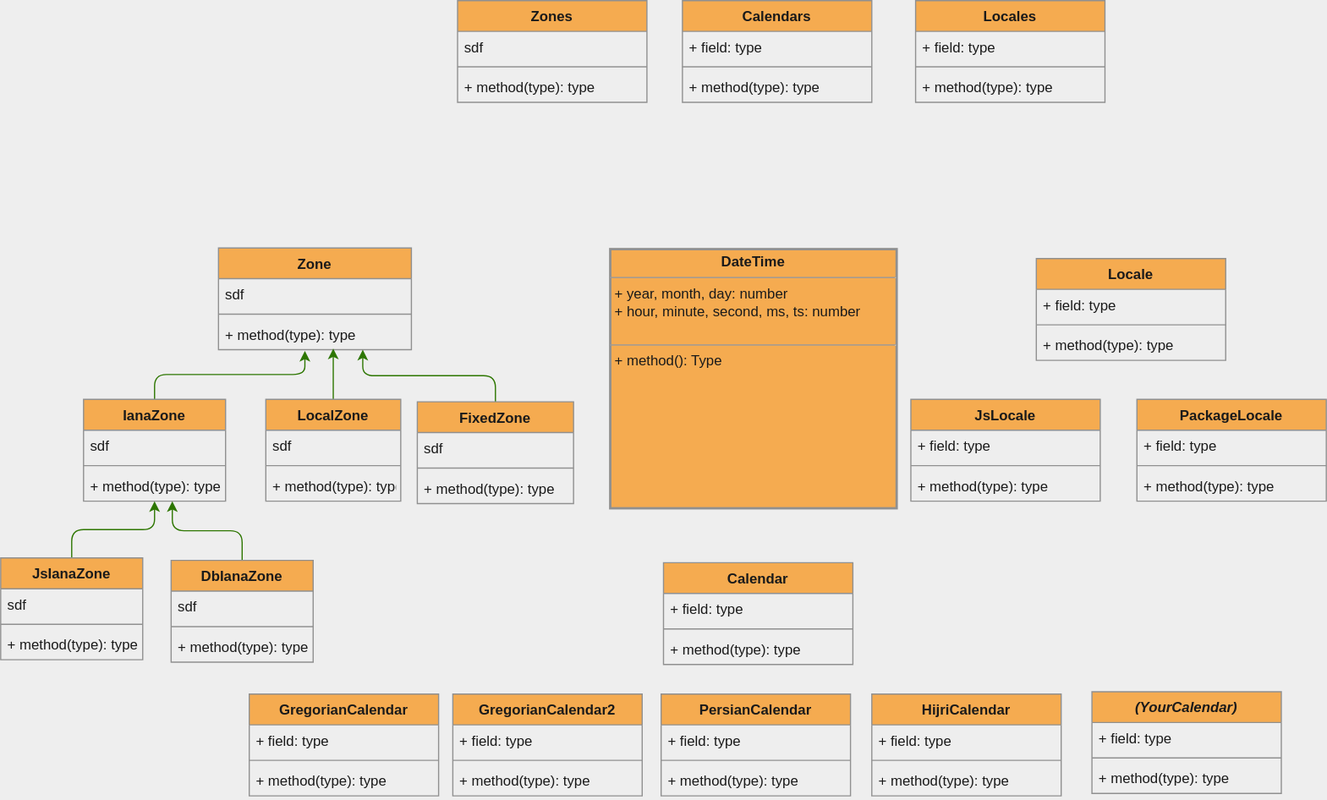
Earlier version of the draw.io export class-diagram.drawio.svg (kick-mind/date-src). Source tidied: cells renumbered, new cells last; positions are measured from the earlier drawing's top-left corner, leaving out a move shared by most shapes.
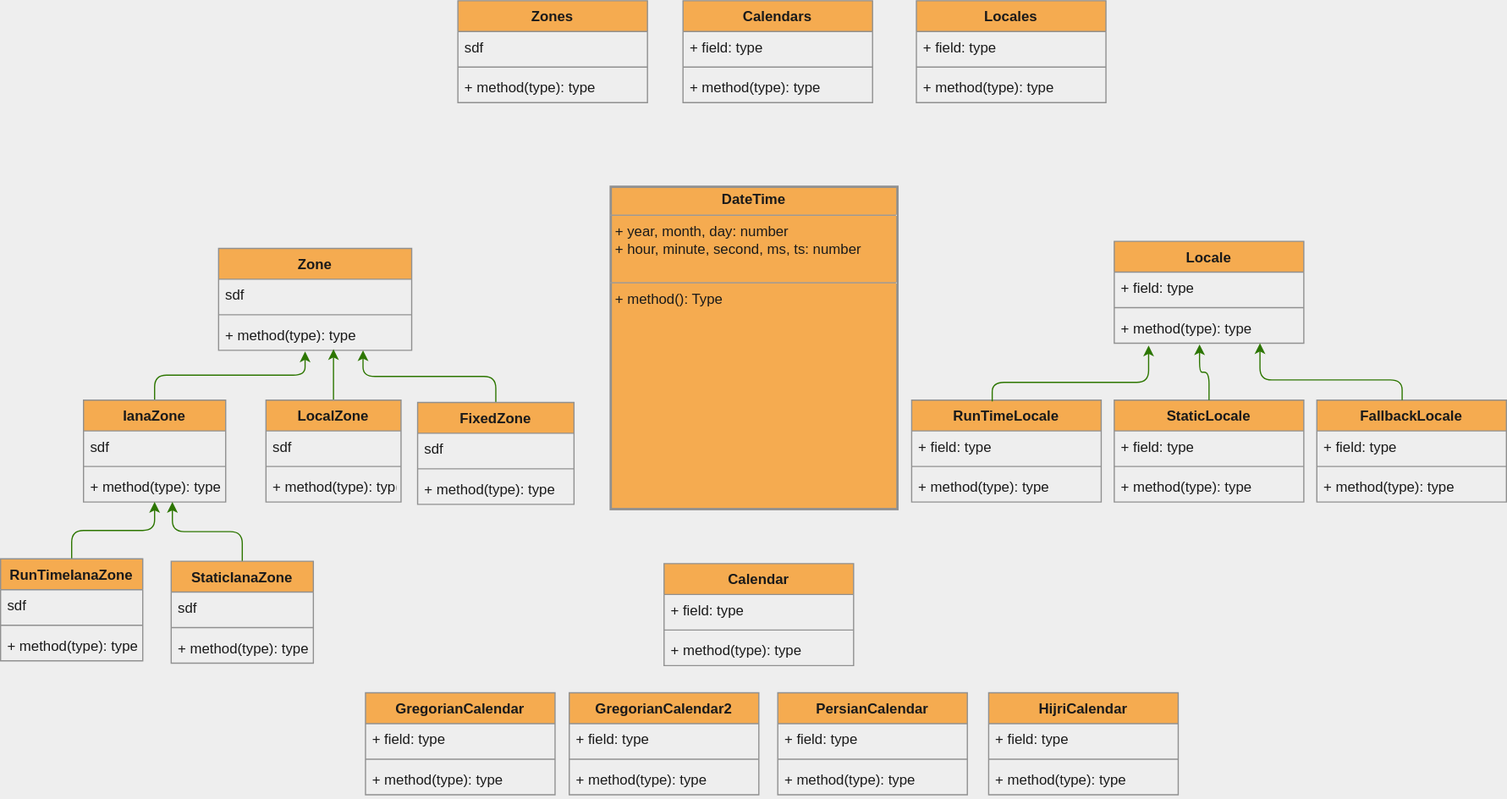
After the change.

Change to the diagram source:
```diff
@@ -3,10 +3,10 @@
     <mxCell id="0" />
     <mxCell id="1" parent="0" />
     <mxCell id="2" value="&lt;p style=&quot;margin: 0px ; margin-top: 4px ; text-align: center&quot;&gt;&lt;b&gt;DateTime&lt;/b&gt;&lt;/p&gt;&lt;hr size=&quot;1&quot;&gt;&lt;p style=&quot;margin: 0px ; margin-left: 4px&quot;&gt;+ year, month, day: number&lt;/p&gt;&lt;p style=&quot;margin: 0px ; margin-left: 4px&quot;&gt;+ hour, minute, second, ms, ts: number&lt;/p&gt;&lt;p style=&quot;margin: 0px ; margin-left: 4px&quot;&gt;&lt;br&gt;&lt;/p&gt;&lt;hr size=&quot;1&quot;&gt;&lt;p style=&quot;margin: 0px ; margin-left: 4px&quot;&gt;+ method(): Type&lt;/p&gt;&lt;p style=&quot;margin: 0px ; margin-left: 4px&quot;&gt;&lt;br&gt;&lt;/p&gt;" style="verticalAlign=top;align=left;overflow=fill;fontSize=12;fontFamily=Helvetica;html=1;fillColor=#F5AB50;fontColor=#1A1A1A;strokeWidth=2;strokeColor=#909090;" parent="1" vertex="1">
-      <mxGeometry x="515" y="210" width="242" height="219" as="geometry" />
+      <mxGeometry x="515" y="157" width="242" height="272" as="geometry" />
     </mxCell>
     <mxCell id="3" value="Locale" style="swimlane;fontStyle=1;align=center;verticalAlign=top;horizontal=1;startSize=26;strokeColor=#909090;fillColor=#F5AB50;fontColor=#1A1A1A;" parent="1" vertex="1">
-      <mxGeometry x="875" y="218" width="160" height="86" as="geometry" />
+      <mxGeometry x="940" y="203" width="160" height="86" as="geometry" />
     </mxCell>
     <mxCell id="4" value="+ field: type" style="text;strokeColor=none;fillColor=none;align=left;verticalAlign=top;spacingLeft=4;spacingRight=4;overflow=hidden;fontColor=#1A1A1A;" parent="3" vertex="1">
       <mxGeometry y="26" width="160" height="26" as="geometry" />
@@ -78,7 +78,7 @@
       <mxGeometry y="60" width="160" height="26" as="geometry" />
     </mxCell>
     <mxCell id="27" value="PersianCalendar" style="swimlane;fontStyle=1;align=center;verticalAlign=top;horizontal=1;startSize=26;strokeColor=#909090;fillColor=#F5AB50;fontColor=#1A1A1A;" parent="1" vertex="1">
-      <mxGeometry x="558" y="586" width="160" height="86" as="geometry" />
+      <mxGeometry x="656" y="584" width="160" height="86" as="geometry" />
     </mxCell>
     <mxCell id="28" value="+ field: type" style="text;strokeColor=none;fillColor=none;align=left;verticalAlign=top;spacingLeft=4;spacingRight=4;overflow=hidden;fontColor=#1A1A1A;" parent="27" vertex="1">
       <mxGeometry y="26" width="160" height="26" as="geometry" />
@@ -90,7 +90,7 @@
       <mxGeometry y="60" width="160" height="26" as="geometry" />
     </mxCell>
     <mxCell id="31" value="GregorianCalendar" style="swimlane;fontStyle=1;align=center;verticalAlign=top;horizontal=1;startSize=26;strokeColor=#909090;fillColor=#F5AB50;fontColor=#1A1A1A;" parent="1" vertex="1">
-      <mxGeometry x="210" y="586" width="160" height="86" as="geometry" />
+      <mxGeometry x="308" y="584" width="160" height="86" as="geometry" />
     </mxCell>
     <mxCell id="32" value="+ field: type" style="text;strokeColor=none;fillColor=none;align=left;verticalAlign=top;spacingLeft=4;spacingRight=4;overflow=hidden;fontColor=#1A1A1A;" parent="31" vertex="1">
       <mxGeometry y="26" width="160" height="26" as="geometry" />
@@ -102,7 +102,7 @@
       <mxGeometry y="60" width="160" height="26" as="geometry" />
     </mxCell>
     <mxCell id="35" value="GregorianCalendar2" style="swimlane;fontStyle=1;align=center;verticalAlign=top;horizontal=1;startSize=26;strokeColor=#909090;fillColor=#F5AB50;fontColor=#1A1A1A;" parent="1" vertex="1">
-      <mxGeometry x="382" y="586" width="160" height="86" as="geometry" />
+      <mxGeometry x="480" y="584" width="160" height="86" as="geometry" />
     </mxCell>
     <mxCell id="36" value="+ field: type" style="text;strokeColor=none;fillColor=none;align=left;verticalAlign=top;spacingLeft=4;spacingRight=4;overflow=hidden;fontColor=#1A1A1A;" parent="35" vertex="1">
       <mxGeometry y="26" width="160" height="26" as="geometry" />
@@ -114,7 +114,7 @@
       <mxGeometry y="60" width="160" height="26" as="geometry" />
     </mxCell>
     <mxCell id="39" value="HijriCalendar" style="swimlane;fontStyle=1;align=center;verticalAlign=top;horizontal=1;startSize=26;strokeColor=#909090;fillColor=#F5AB50;fontColor=#1A1A1A;" parent="1" vertex="1">
-      <mxGeometry x="736" y="586" width="160" height="86" as="geometry" />
+      <mxGeometry x="834" y="584" width="160" height="86" as="geometry" />
     </mxCell>
     <mxCell id="40" value="+ field: type" style="text;strokeColor=none;fillColor=none;align=left;verticalAlign=top;spacingLeft=4;spacingRight=4;overflow=hidden;fontColor=#1A1A1A;" parent="39" vertex="1">
       <mxGeometry y="26" width="160" height="26" as="geometry" />
@@ -125,18 +125,6 @@
     <mxCell id="42" value="+ method(type): type" style="text;strokeColor=none;fillColor=none;align=left;verticalAlign=top;spacingLeft=4;spacingRight=4;overflow=hidden;fontColor=#1A1A1A;" parent="39" vertex="1">
       <mxGeometry y="60" width="160" height="26" as="geometry" />
     </mxCell>
-    <mxCell id="43" value="(YourCalendar)" style="swimlane;fontStyle=3;align=center;verticalAlign=top;horizontal=1;startSize=26;strokeColor=#909090;fillColor=#F5AB50;fontColor=#1A1A1A;" parent="1" vertex="1">
-      <mxGeometry x="922" y="584" width="160" height="86" as="geometry" />
-    </mxCell>
-    <mxCell id="44" value="+ field: type" style="text;strokeColor=none;fillColor=none;align=left;verticalAlign=top;spacingLeft=4;spacingRight=4;overflow=hidden;fontColor=#1A1A1A;" parent="43" vertex="1">
-      <mxGeometry y="26" width="160" height="26" as="geometry" />
-    </mxCell>
-    <mxCell id="45" style="line;strokeWidth=1;fillColor=none;align=left;verticalAlign=middle;spacingTop=-1;spacingLeft=3;spacingRight=3;labelPosition=right;strokeColor=#909090;fontColor=#1A1A1A;labelBackgroundColor=#EEEEEE;" parent="43" vertex="1">
-      <mxGeometry y="52" width="160" height="8" as="geometry" />
-    </mxCell>
-    <mxCell id="46" value="+ method(type): type" style="text;strokeColor=none;fillColor=none;align=left;verticalAlign=top;spacingLeft=4;spacingRight=4;overflow=hidden;fontColor=#1A1A1A;" parent="43" vertex="1">
-      <mxGeometry y="60" width="160" height="26" as="geometry" />
-    </mxCell>
     <mxCell id="47" style="edgeStyle=orthogonalEdgeStyle;rounded=1;jettySize=auto;html=1;entryX=0.448;entryY=1.038;entryDx=0;entryDy=0;entryPerimeter=0;strokeColor=#2D7600;fillColor=#60a917;" parent="1" edge="1" source="48" target="10">
       <mxGeometry relative="1" as="geometry" />
     </mxCell>
@@ -185,7 +173,7 @@
     <mxCell id="62" style="edgeStyle=orthogonalEdgeStyle;rounded=1;jettySize=auto;html=1;entryX=0.5;entryY=1;entryDx=0;entryDy=0;fillColor=#60a917;strokeColor=#2D7600;" parent="1" edge="1" source="63" target="48">
       <mxGeometry relative="1" as="geometry" />
     </mxCell>
-    <mxCell id="63" value="JsIanaZone" style="swimlane;fontStyle=1;align=center;verticalAlign=top;horizontal=1;startSize=26;strokeColor=#909090;fillColor=#F5AB50;fontColor=#1A1A1A;" parent="1" vertex="1">
+    <mxCell id="63" value="RunTimeIanaZone" style="swimlane;fontStyle=1;align=center;verticalAlign=top;horizontal=1;startSize=26;strokeColor=#909090;fillColor=#F5AB50;fontColor=#1A1A1A;" parent="1" vertex="1">
       <mxGeometry y="471" width="120" height="86" as="geometry" />
     </mxCell>
     <mxCell id="64" value="sdf" style="text;strokeColor=none;fillColor=none;align=left;verticalAlign=top;spacingLeft=4;spacingRight=4;overflow=hidden;fontColor=#1A1A1A;" parent="63" vertex="1">
@@ -200,7 +188,7 @@
     <mxCell id="67" style="edgeStyle=orthogonalEdgeStyle;rounded=1;jettySize=auto;html=1;strokeColor=#2D7600;fillColor=#60a917;entryX=0.625;entryY=1;entryDx=0;entryDy=0;entryPerimeter=0;" parent="1" edge="1" source="68" target="51">
       <mxGeometry relative="1" as="geometry" />
     </mxCell>
-    <mxCell id="68" value="DbIanaZone" style="swimlane;fontStyle=1;align=center;verticalAlign=top;horizontal=1;startSize=26;strokeColor=#909090;fillColor=#F5AB50;fontColor=#1A1A1A;" parent="1" vertex="1">
+    <mxCell id="68" value="StaticIanaZone" style="swimlane;fontStyle=1;align=center;verticalAlign=top;horizontal=1;startSize=26;strokeColor=#909090;fillColor=#F5AB50;fontColor=#1A1A1A;" parent="1" vertex="1">
       <mxGeometry x="144" y="473" width="120" height="86" as="geometry" />
     </mxCell>
     <mxCell id="69" value="sdf" style="text;strokeColor=none;fillColor=none;align=left;verticalAlign=top;spacingLeft=4;spacingRight=4;overflow=hidden;fontColor=#1A1A1A;" parent="68" vertex="1">
@@ -212,8 +200,8 @@
     <mxCell id="71" value="+ method(type): type" style="text;strokeColor=none;fillColor=none;align=left;verticalAlign=top;spacingLeft=4;spacingRight=4;overflow=hidden;fontColor=#1A1A1A;" parent="68" vertex="1">
       <mxGeometry y="60" width="120" height="26" as="geometry" />
     </mxCell>
-    <mxCell id="72" value="PackageLocale" style="swimlane;fontStyle=1;align=center;verticalAlign=top;horizontal=1;startSize=26;strokeColor=#909090;fillColor=#F5AB50;fontColor=#1A1A1A;" parent="1" vertex="1">
-      <mxGeometry x="960" y="337" width="160" height="86" as="geometry" />
+    <mxCell id="72" value="StaticLocale" style="swimlane;fontStyle=1;align=center;verticalAlign=top;horizontal=1;startSize=26;strokeColor=#909090;fillColor=#F5AB50;fontColor=#1A1A1A;" parent="1" vertex="1">
+      <mxGeometry x="940" y="337" width="160" height="86" as="geometry" />
     </mxCell>
     <mxCell id="73" value="+ field: type" style="text;strokeColor=none;fillColor=none;align=left;verticalAlign=top;spacingLeft=4;spacingRight=4;overflow=hidden;fontColor=#1A1A1A;" parent="72" vertex="1">
       <mxGeometry y="26" width="160" height="26" as="geometry" />
@@ -224,7 +212,7 @@
     <mxCell id="75" value="+ method(type): type" style="text;strokeColor=none;fillColor=none;align=left;verticalAlign=top;spacingLeft=4;spacingRight=4;overflow=hidden;fontColor=#1A1A1A;" parent="72" vertex="1">
       <mxGeometry y="60" width="160" height="26" as="geometry" />
     </mxCell>
-    <mxCell id="76" value="JsLocale" style="swimlane;fontStyle=1;align=center;verticalAlign=top;horizontal=1;startSize=26;strokeColor=#909090;fillColor=#F5AB50;fontColor=#1A1A1A;" parent="1" vertex="1">
+    <mxCell id="76" value="RunTimeLocale" style="swimlane;fontStyle=1;align=center;verticalAlign=top;horizontal=1;startSize=26;strokeColor=#909090;fillColor=#F5AB50;fontColor=#1A1A1A;" parent="1" vertex="1">
       <mxGeometry x="769" y="337" width="160" height="86" as="geometry" />
     </mxCell>
     <mxCell id="77" value="+ field: type" style="text;strokeColor=none;fillColor=none;align=left;verticalAlign=top;spacingLeft=4;spacingRight=4;overflow=hidden;fontColor=#1A1A1A;" parent="76" vertex="1">
@@ -236,5 +224,41 @@
     <mxCell id="79" value="+ method(type): type" style="text;strokeColor=none;fillColor=none;align=left;verticalAlign=top;spacingLeft=4;spacingRight=4;overflow=hidden;fontColor=#1A1A1A;" parent="76" vertex="1">
       <mxGeometry y="60" width="160" height="26" as="geometry" />
     </mxCell>
+    <mxCell id="80" value="FallbackLocale" style="swimlane;fontStyle=1;align=center;verticalAlign=top;horizontal=1;startSize=26;strokeColor=#909090;fillColor=#F5AB50;fontColor=#1A1A1A;" parent="1" vertex="1">
+      <mxGeometry x="1111" y="337" width="160" height="86" as="geometry" />
+    </mxCell>
+    <mxCell id="44" value="+ field: type" style="text;strokeColor=none;fillColor=none;align=left;verticalAlign=top;spacingLeft=4;spacingRight=4;overflow=hidden;fontColor=#1A1A1A;" parent="80" vertex="1">
+      <mxGeometry y="26" width="160" height="26" as="geometry" />
+    </mxCell>
+    <mxCell id="45" style="line;strokeWidth=1;fillColor=none;align=left;verticalAlign=middle;spacingTop=-1;spacingLeft=3;spacingRight=3;labelPosition=right;strokeColor=#909090;fontColor=#1A1A1A;labelBackgroundColor=#EEEEEE;" parent="80" vertex="1">
+      <mxGeometry y="52" width="160" height="8" as="geometry" />
+    </mxCell>
+    <mxCell id="46" value="+ method(type): type" style="text;strokeColor=none;fillColor=none;align=left;verticalAlign=top;spacingLeft=4;spacingRight=4;overflow=hidden;fontColor=#1A1A1A;" parent="80" vertex="1">
+      <mxGeometry y="60" width="160" height="26" as="geometry" />
+    </mxCell>
+    <mxCell id="81" style="edgeStyle=orthogonalEdgeStyle;rounded=1;jettySize=auto;html=1;strokeColor=#2D7600;fillColor=#60a917;exitX=0.425;exitY=0.012;exitDx=0;exitDy=0;exitPerimeter=0;" parent="1" edge="1" source="76">
+      <mxGeometry relative="1" as="geometry">
+        <mxPoint x="969" y="291" as="targetPoint" />
+        <Array as="points">
+          <mxPoint x="837" y="322" />
+          <mxPoint x="969" y="322" />
+          <mxPoint x="969" y="291" />
+        </Array>
+      </mxGeometry>
+    </mxCell>
+    <mxCell id="82" style="edgeStyle=orthogonalEdgeStyle;rounded=1;jettySize=auto;html=1;strokeColor=#2D7600;fillColor=#60a917;" parent="1" edge="1" source="72">
+      <mxGeometry relative="1" as="geometry">
+        <mxPoint x="1012" y="290" as="targetPoint" />
+      </mxGeometry>
+    </mxCell>
+    <mxCell id="83" style="edgeStyle=orthogonalEdgeStyle;rounded=1;jettySize=auto;html=1;strokeColor=#2D7600;fillColor=#60a917;" parent="1" edge="1" source="80">
+      <mxGeometry relative="1" as="geometry">
+        <mxPoint x="1063" y="289" as="targetPoint" />
+        <Array as="points">
+          <mxPoint x="1183" y="320" />
+          <mxPoint x="1063" y="320" />
+        </Array>
+      </mxGeometry>
+    </mxCell>
   </root>
 </mxGraphModel>
```
